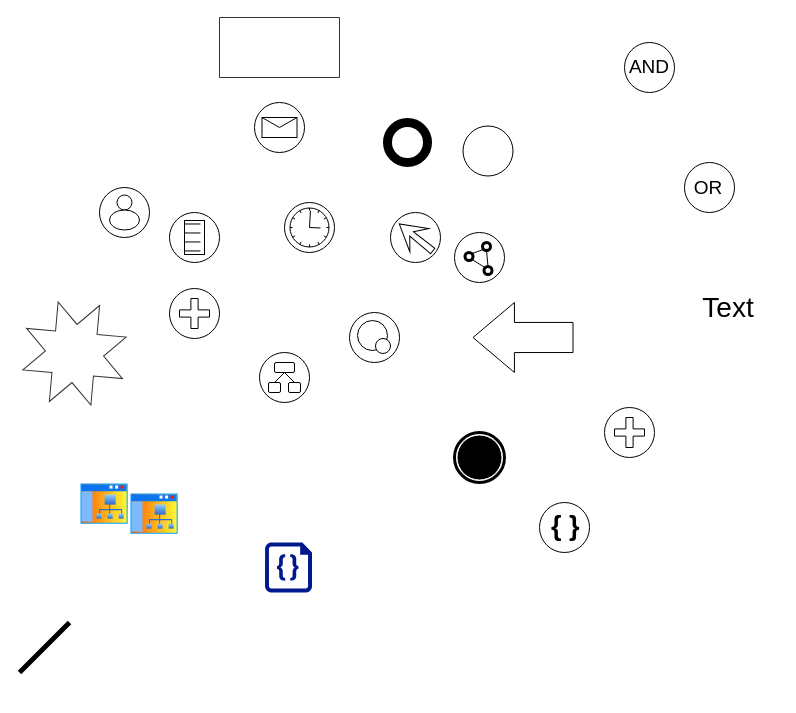
Above: assets/icons.drawio in cnshsliu/cocopad (draw.io), before the change. Source tidied: cells renumbered, new cells numbered last; positions are measured from the earlier drawing's top-left corner, leaving out a move shared by most shapes. Both pictures are drawn from the tidied source at 100%, with x=0, y=0 at pixel (19, 17).
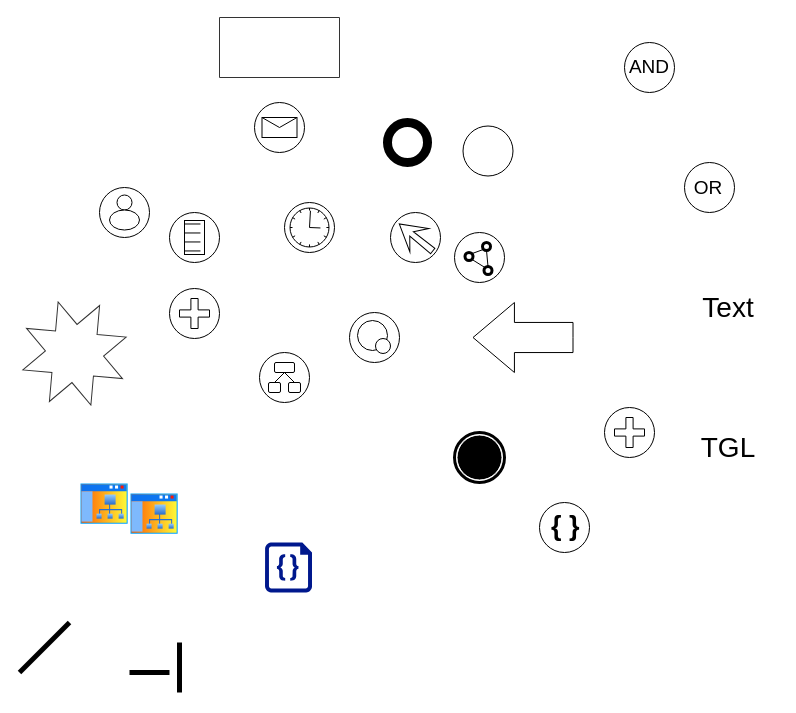
The same page after the edit.

What changed in the source:
```diff
@@
+    <mxCell id="45" style="endArrow=none;html=1;fontSize=28;strokeWidth=5;" parent="1" edge="1">
+      <mxGeometry relative="1" as="geometry">
+        <mxPoint x="110" y="655" as="sourcePoint" />
+        <mxPoint x="150" y="655" as="targetPoint" />
+      </mxGeometry>
+    </mxCell>
+    <mxCell id="46" style="endArrow=none;html=1;fontSize=28;strokeWidth=5;" parent="1" edge="1">
+      <mxGeometry relative="1" as="geometry">
+        <mxPoint x="160" y="625" as="sourcePoint" />
+        <mxPoint x="160" y="675" as="targetPoint" />
+      </mxGeometry>
+    </mxCell>
+    <mxCell id="47" value="TGL" style="text;html=1;strokeColor=none;fillColor=none;align=center;verticalAlign=middle;whiteSpace=wrap;rounded=0;fontSize=28;" parent="1" vertex="1">
+      <mxGeometry x="659" y="405" width="100" height="50" as="geometry" />
+    </mxCell>
```
